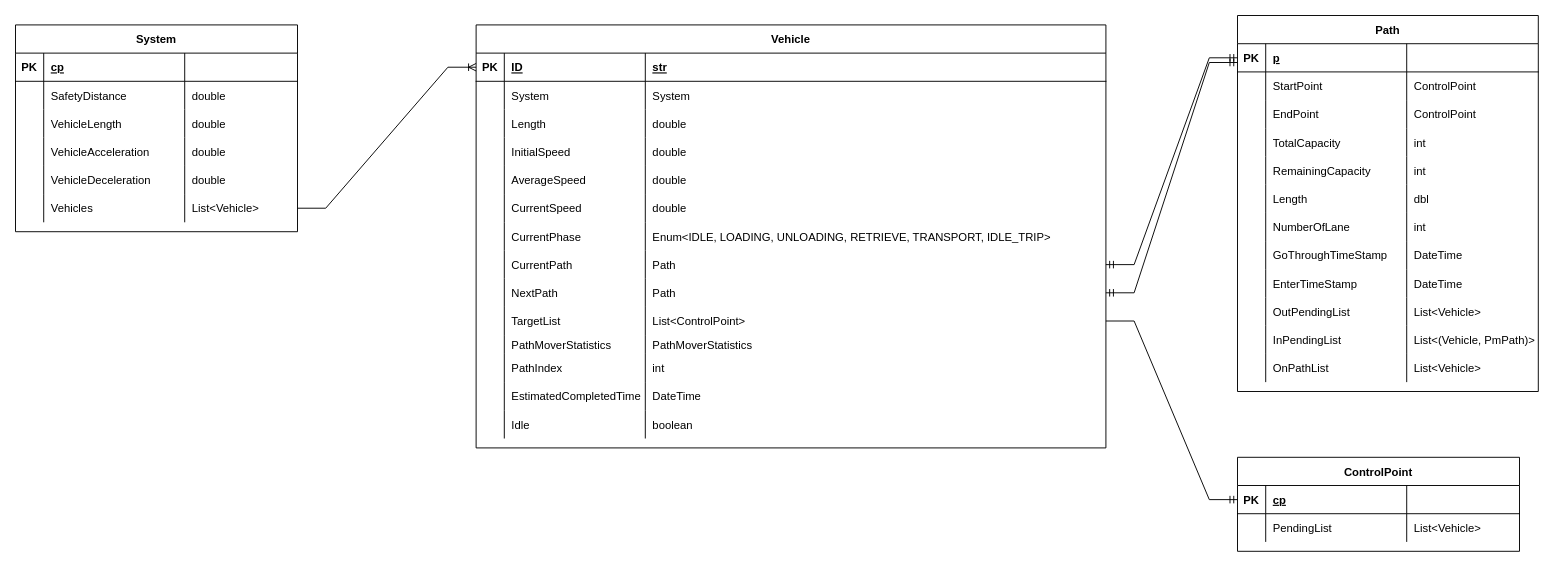
This is page "ERD" (2 of 2) of AIES-NUS/Doc/EG_ERD_KAIST_20230813_v1.7.drawio from chen-tianhao/OHT-model, a draw.io file, before an edit. Source tidied: cells renumbered, new cells numbered last; positions are measured from the earlier drawing's top-left corner, leaving out a move shared by most shapes. Both pictures are drawn from the tidied source at 94%, with x=0, y=0 at pixel (15, 15).
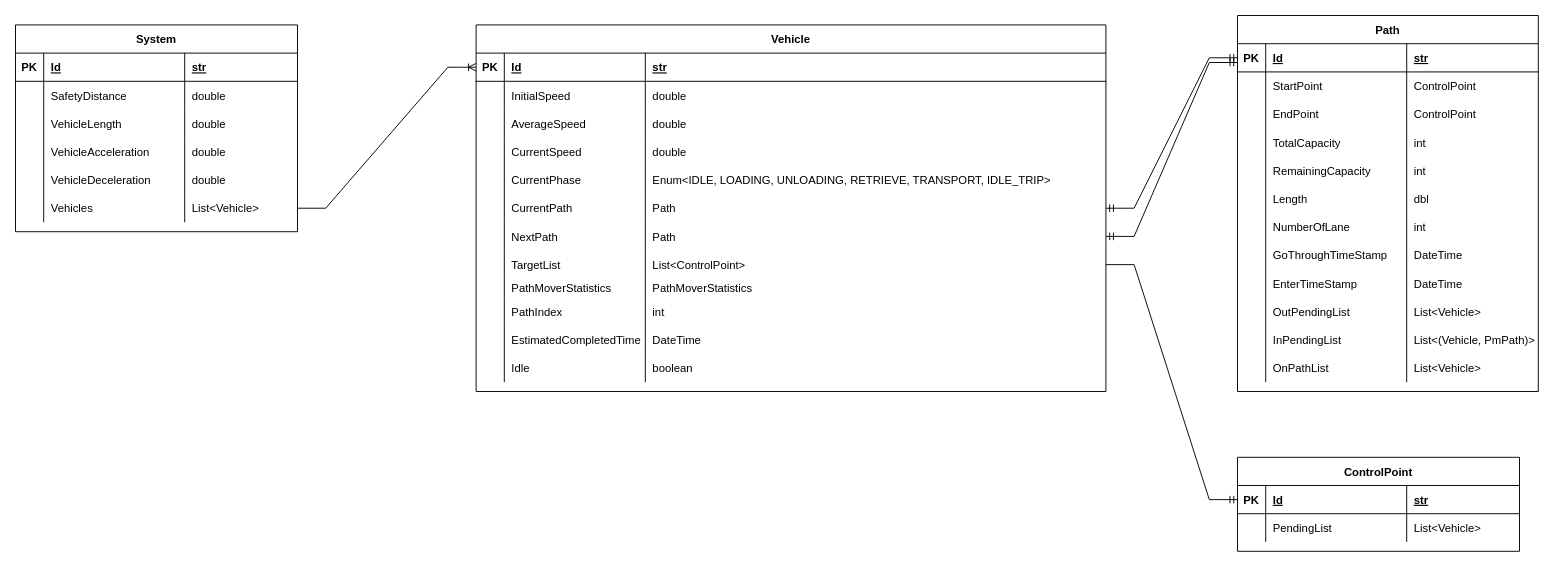
After the change.

Commit message (it also covers changes not shown here):
modify ERD, update model

Unchanged cells that the change refers to:
```xml
<mxCell id="3" style="shape=tableRow;horizontal=0;startSize=0;swimlaneHead=0;swimlaneBody=0;fillColor=none;points=[[0,0.5],[1,0.5]];portConstraint=eastwest;top=0;left=0;right=0;bottom=1;" parent="2" vertex="1">
  <mxGeometry y="30" width="670" height="30" as="geometry" />
</mxCell>
<mxCell id="60" style="shape=tableRow;horizontal=0;startSize=0;swimlaneHead=0;swimlaneBody=0;fillColor=none;points=[[0,0.5],[1,0.5]];portConstraint=eastwest;top=0;left=0;right=0;bottom=1;" parent="59" vertex="1">
  <mxGeometry y="30" width="300" height="30" as="geometry" />
</mxCell>
<mxCell id="69" style="shape=tableRow;horizontal=0;startSize=0;swimlaneHead=0;swimlaneBody=0;fillColor=none;points=[[0,0.5],[1,0.5]];portConstraint=eastwest;top=0;left=0;right=0;bottom=1;" parent="68" vertex="1">
  <mxGeometry y="30" width="320" height="30" as="geometry" />
</mxCell>
<mxCell id="118" style="shape=tableRow;horizontal=0;startSize=0;swimlaneHead=0;swimlaneBody=0;fillColor=none;top=0;left=0;right=0;bottom=1;" parent="117" vertex="1">
  <mxGeometry y="30" width="300" height="30" as="geometry" />
</mxCell>
```

What changed in the source:
```diff
@@
     <mxCell id="2" value="Vehicle" style="shape=table;startSize=30;childLayout=tableLayout;rowLines=0;fontStyle=1;align=center;" parent="1" vertex="1">
-      <mxGeometry x="490" y="10" width="670" height="450" as="geometry" />
+      <mxGeometry x="490" y="10" width="670" height="390" as="geometry" />
     </mxCell>
@@
-    <mxCell id="5" value="ID" style="shape=partialRectangle;fillColor=none;top=0;left=0;bottom=0;right=0;align=left;spacingLeft=6;fontStyle=5;overflow=hidden;" parent="3" vertex="1">
+    <mxCell id="5" value="Id" style="shape=partialRectangle;fillColor=none;top=0;left=0;bottom=0;right=0;align=left;spacingLeft=6;fontStyle=5;overflow=hidden;" parent="3" vertex="1">
       <mxGeometry x="30" width="150" height="30" as="geometry" />
     </mxCell>
@@
-    <mxCell id="7" style="shape=tableRow;horizontal=0;startSize=0;swimlaneHead=0;swimlaneBody=0;fillColor=none;top=0;left=0;right=0;bottom=0;" parent="2" vertex="1">
-      <mxGeometry y="60" width="670" height="30" as="geometry" />
-    </mxCell>
-    <mxCell id="8" style="shape=partialRectangle;fillColor=none;top=0;left=0;bottom=0;right=0;overflow=hidden;" parent="7" vertex="1">
-      <mxGeometry width="30" height="30" as="geometry" />
-    </mxCell>
-    <mxCell id="9" value="System" style="shape=partialRectangle;fillColor=none;top=0;left=0;bottom=0;right=0;align=left;spacingLeft=6;overflow=hidden;" parent="7" vertex="1">
-      <mxGeometry x="30" width="150" height="30" as="geometry" />
-    </mxCell>
-    <mxCell id="10" value="System" style="shape=partialRectangle;fillColor=none;top=0;left=0;bottom=0;right=0;align=left;spacingLeft=6;overflow=hidden;" parent="7" vertex="1">
-      <mxGeometry x="180" width="490" height="30" as="geometry" />
-    </mxCell>
-    <mxCell id="11" style="shape=tableRow;horizontal=0;startSize=0;swimlaneHead=0;swimlaneBody=0;fillColor=none;top=0;left=0;right=0;bottom=0;" parent="2" vertex="1">
-      <mxGeometry y="90" width="670" height="30" as="geometry" />
-    </mxCell>
-    <mxCell id="12" style="shape=partialRectangle;fillColor=none;top=0;left=0;bottom=0;right=0;overflow=hidden;" parent="11" vertex="1">
-      <mxGeometry width="30" height="30" as="geometry" />
-    </mxCell>
-    <mxCell id="13" value="Length" style="shape=partialRectangle;fillColor=none;top=0;left=0;bottom=0;right=0;align=left;spacingLeft=6;overflow=hidden;" parent="11" vertex="1">
-      <mxGeometry x="30" width="150" height="30" as="geometry" />
-    </mxCell>
-    <mxCell id="14" value="double" style="shape=partialRectangle;fillColor=none;top=0;left=0;bottom=0;right=0;align=left;spacingLeft=6;overflow=hidden;" parent="11" vertex="1">
-      <mxGeometry x="180" width="490" height="30" as="geometry" />
-    </mxCell>
     <mxCell id="15" style="shape=tableRow;horizontal=0;startSize=0;swimlaneHead=0;swimlaneBody=0;fillColor=none;top=0;left=0;right=0;bottom=0;" parent="2" vertex="1">
-      <mxGeometry y="120" width="670" height="30" as="geometry" />
+      <mxGeometry y="60" width="670" height="30" as="geometry" />
     </mxCell>
@@
     <mxCell id="19" style="shape=tableRow;horizontal=0;startSize=0;swimlaneHead=0;swimlaneBody=0;fillColor=none;top=0;left=0;right=0;bottom=0;" parent="2" vertex="1">
-      <mxGeometry y="150" width="670" height="30" as="geometry" />
+      <mxGeometry y="90" width="670" height="30" as="geometry" />
     </mxCell>
@@
     <mxCell id="23" style="shape=tableRow;horizontal=0;startSize=0;swimlaneHead=0;swimlaneBody=0;fillColor=none;top=0;left=0;right=0;bottom=0;" parent="2" vertex="1">
-      <mxGeometry y="180" width="670" height="30" as="geometry" />
+      <mxGeometry y="120" width="670" height="30" as="geometry" />
     </mxCell>
@@
     <mxCell id="27" style="shape=tableRow;horizontal=0;startSize=0;swimlaneHead=0;swimlaneBody=0;fillColor=none;top=0;left=0;right=0;bottom=0;" parent="2" vertex="1">
-      <mxGeometry y="210" width="670" height="30" as="geometry" />
+      <mxGeometry y="150" width="670" height="30" as="geometry" />
     </mxCell>
@@
     <mxCell id="31" style="shape=tableRow;horizontal=0;startSize=0;swimlaneHead=0;swimlaneBody=0;fillColor=none;points=[[0,0.5],[1,0.5]];portConstraint=eastwest;top=0;left=0;right=0;bottom=0;" parent="2" vertex="1">
-      <mxGeometry y="240" width="670" height="30" as="geometry" />
+      <mxGeometry y="180" width="670" height="30" as="geometry" />
     </mxCell>
@@
     <mxCell id="35" style="shape=tableRow;horizontal=0;startSize=0;swimlaneHead=0;swimlaneBody=0;fillColor=none;points=[[0,0.5],[1,0.5]];portConstraint=eastwest;top=0;left=0;right=0;bottom=0;" parent="2" vertex="1">
-      <mxGeometry y="270" width="670" height="30" as="geometry" />
+      <mxGeometry y="210" width="670" height="30" as="geometry" />
     </mxCell>
@@
     <mxCell id="39" style="shape=tableRow;horizontal=0;startSize=0;swimlaneHead=0;swimlaneBody=0;fillColor=none;points=[[0,0.5],[1,0.5]];portConstraint=eastwest;top=0;left=0;right=0;bottom=0;" parent="2" vertex="1">
-      <mxGeometry y="300" width="670" height="30" as="geometry" />
+      <mxGeometry y="240" width="670" height="30" as="geometry" />
     </mxCell>
@@
     <mxCell id="43" style="shape=tableRow;horizontal=0;startSize=0;swimlaneHead=0;swimlaneBody=0;fillColor=none;top=0;left=0;right=0;bottom=0;" parent="2" vertex="1">
-      <mxGeometry y="330" width="670" height="20" as="geometry" />
+      <mxGeometry y="270" width="670" height="20" as="geometry" />
     </mxCell>
@@
     <mxCell id="47" style="shape=tableRow;horizontal=0;startSize=0;swimlaneHead=0;swimlaneBody=0;fillColor=none;top=0;left=0;right=0;bottom=0;" parent="2" vertex="1">
-      <mxGeometry y="350" width="670" height="30" as="geometry" />
+      <mxGeometry y="290" width="670" height="30" as="geometry" />
     </mxCell>
@@
     <mxCell id="51" style="shape=tableRow;horizontal=0;startSize=0;swimlaneHead=0;swimlaneBody=0;fillColor=none;top=0;left=0;right=0;bottom=0;" parent="2" vertex="1">
-      <mxGeometry y="380" width="670" height="30" as="geometry" />
+      <mxGeometry y="320" width="670" height="30" as="geometry" />
     </mxCell>
@@
     <mxCell id="55" style="shape=tableRow;horizontal=0;startSize=0;swimlaneHead=0;swimlaneBody=0;fillColor=none;top=0;left=0;right=0;bottom=0;" parent="2" vertex="1">
-      <mxGeometry y="410" width="670" height="30" as="geometry" />
+      <mxGeometry y="350" width="670" height="30" as="geometry" />
     </mxCell>
@@
-    <mxCell id="62" value="cp" style="shape=partialRectangle;fillColor=none;top=0;left=0;bottom=0;right=0;align=left;spacingLeft=6;fontStyle=5;overflow=hidden;" parent="60" vertex="1">
+    <mxCell id="62" value="Id" style="shape=partialRectangle;fillColor=none;top=0;left=0;bottom=0;right=0;align=left;spacingLeft=6;fontStyle=5;overflow=hidden;" parent="60" vertex="1">
       <mxGeometry x="30" width="150" height="30" as="geometry" />
     </mxCell>
-    <mxCell id="63" style="shape=partialRectangle;fillColor=none;top=0;left=0;bottom=0;right=0;align=left;spacingLeft=6;fontStyle=5;overflow=hidden;" parent="60" vertex="1">
+    <mxCell id="63" value="str" style="shape=partialRectangle;fillColor=none;top=0;left=0;bottom=0;right=0;align=left;spacingLeft=6;fontStyle=5;overflow=hidden;" parent="60" vertex="1">
       <mxGeometry x="180" width="120" height="30" as="geometry" />
     </mxCell>
@@
-    <mxCell id="71" value="p" style="shape=partialRectangle;fillColor=none;top=0;left=0;bottom=0;right=0;align=left;spacingLeft=6;fontStyle=5;overflow=hidden;" parent="69" vertex="1">
+    <mxCell id="71" value="Id" style="shape=partialRectangle;fillColor=none;top=0;left=0;bottom=0;right=0;align=left;spacingLeft=6;fontStyle=5;overflow=hidden;" parent="69" vertex="1">
       <mxGeometry x="30" width="150" height="30" as="geometry" />
     </mxCell>
-    <mxCell id="72" style="shape=partialRectangle;fillColor=none;top=0;left=0;bottom=0;right=0;align=left;spacingLeft=6;fontStyle=5;overflow=hidden;" parent="69" vertex="1">
+    <mxCell id="72" value="str" style="shape=partialRectangle;fillColor=none;top=0;left=0;bottom=0;right=0;align=left;spacingLeft=6;fontStyle=5;overflow=hidden;" parent="69" vertex="1">
       <mxGeometry x="180" width="140" height="30" as="geometry" />
     </mxCell>
@@
-    <mxCell id="120" value="cp" style="shape=partialRectangle;fillColor=none;top=0;left=0;bottom=0;right=0;align=left;spacingLeft=6;fontStyle=5;overflow=hidden;" parent="118" vertex="1">
+    <mxCell id="120" value="Id" style="shape=partialRectangle;fillColor=none;top=0;left=0;bottom=0;right=0;align=left;spacingLeft=6;fontStyle=5;overflow=hidden;" parent="118" vertex="1">
       <mxGeometry x="30" width="150" height="30" as="geometry" />
     </mxCell>
-    <mxCell id="121" style="shape=partialRectangle;fillColor=none;top=0;left=0;bottom=0;right=0;align=left;spacingLeft=6;fontStyle=5;overflow=hidden;" parent="118" vertex="1">
+    <mxCell id="121" value="str" style="shape=partialRectangle;fillColor=none;top=0;left=0;bottom=0;right=0;align=left;spacingLeft=6;fontStyle=5;overflow=hidden;" parent="118" vertex="1">
       <mxGeometry x="180" width="120" height="30" as="geometry" />
     </mxCell>
```
